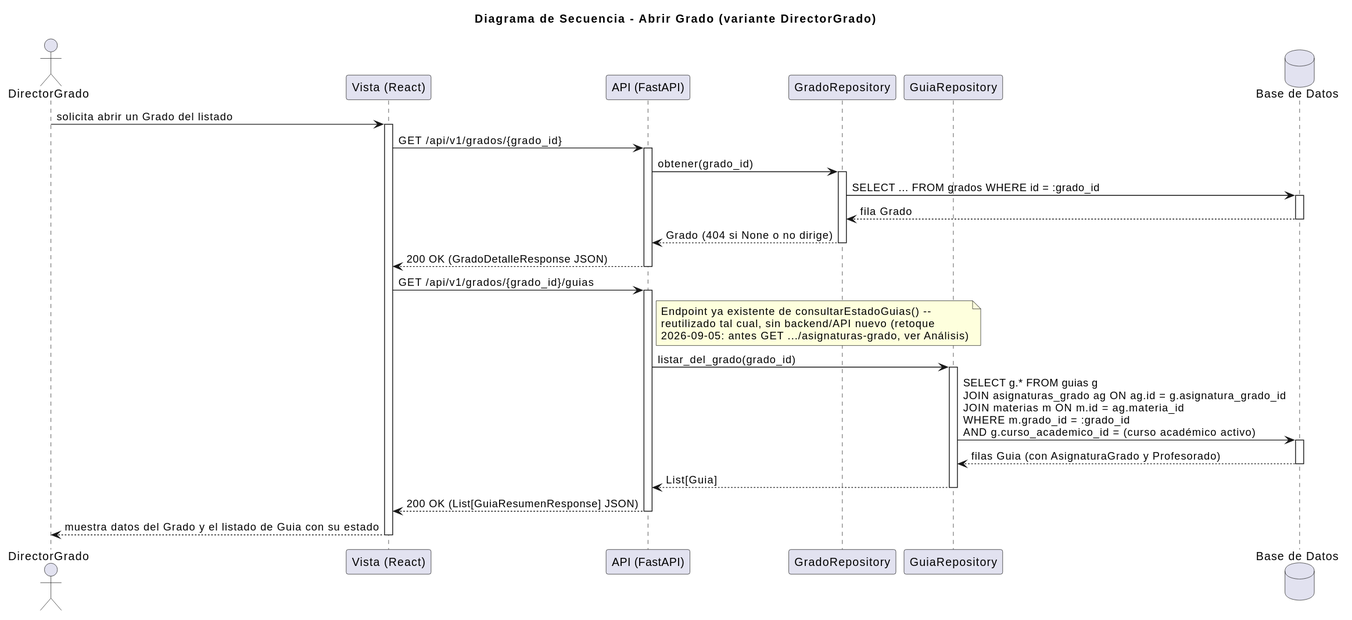
The PlantUML diagram images/RUP/03-diseño/casos-uso/abrirPrograma/secuencia.svg in mmasias/pyCeldaPublico, before a commit.
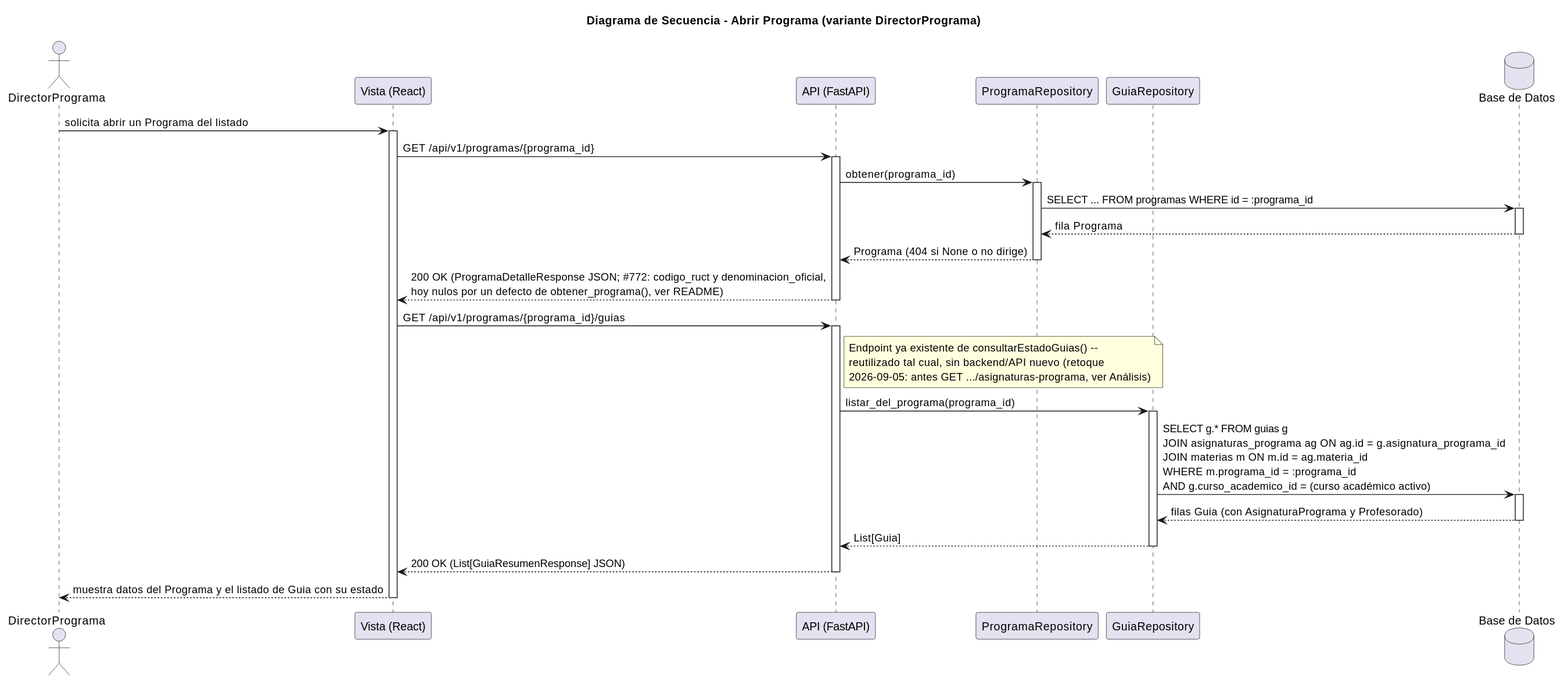
The same file after the commit.

Change to the diagram source:
```diff
@@ -1,44 +1,44 @@
 @startuml
-title Diagrama de Secuencia - Abrir Grado (variante DirectorGrado)
+title Diagrama de Secuencia - Abrir Programa (variante DirectorPrograma)
 
-actor "DirectorGrado" as DirectorGrado
+actor "DirectorPrograma" as DirectorPrograma
 participant "Vista (React)" as Vista
 participant "API (FastAPI)" as API
-participant "GradoRepository" as GradoRepo
+participant "ProgramaRepository" as ProgramaRepo
 participant "GuiaRepository" as GuiaRepo
 database "Base de Datos" as DB
 
-DirectorGrado -> Vista: solicita abrir un Grado del listado
+DirectorPrograma -> Vista: solicita abrir un Programa del listado
 activate Vista
-Vista -> API: GET /api/v1/grados/{grado_id}
+Vista -> API: GET /api/v1/programas/{programa_id}
 activate API
 
-API -> GradoRepo: obtener(grado_id)
-activate GradoRepo
-GradoRepo -> DB: SELECT ... FROM grados WHERE id = :grado_id
+API -> ProgramaRepo: obtener(programa_id)
+activate ProgramaRepo
+ProgramaRepo -> DB: SELECT ... FROM programas WHERE id = :programa_id
 activate DB
-DB --> GradoRepo: fila Grado
+DB --> ProgramaRepo: fila Programa
 deactivate DB
-GradoRepo --> API: Grado (404 si None o no dirige)
-deactivate GradoRepo
+ProgramaRepo --> API: Programa (404 si None o no dirige)
+deactivate ProgramaRepo
 
-API --> Vista: 200 OK (GradoDetalleResponse JSON)
+API --> Vista: 200 OK (ProgramaDetalleResponse JSON; #772: codigo_ruct y denominacion_oficial,\nhoy nulos por un defecto de obtener_programa(), ver README)
 deactivate API
 
-Vista -> API: GET /api/v1/grados/{grado_id}/guias
+Vista -> API: GET /api/v1/programas/{programa_id}/guias
 activate API
-note right of API: Endpoint ya existente de consultarEstadoGuias() --\nreutilizado tal cual, sin backend/API nuevo (retoque\n2026-09-05: antes GET .../asignaturas-grado, ver Análisis)
-API -> GuiaRepo: listar_del_grado(grado_id)
+note right of API: Endpoint ya existente de consultarEstadoGuias() --\nreutilizado tal cual, sin backend/API nuevo (retoque\n2026-09-05: antes GET .../asignaturas-programa, ver Análisis)
+API -> GuiaRepo: listar_del_programa(programa_id)
 activate GuiaRepo
-GuiaRepo -> DB: SELECT g.* FROM guias g\nJOIN asignaturas_grado ag ON ag.id = g.asignatura_grado_id\nJOIN materias m ON m.id = ag.materia_id\nWHERE m.grado_id = :grado_id\nAND g.curso_academico_id = (curso académico activo)
+GuiaRepo -> DB: SELECT g.* FROM guias g\nJOIN asignaturas_programa ag ON ag.id = g.asignatura_programa_id\nJOIN materias m ON m.id = ag.materia_id\nWHERE m.programa_id = :programa_id\nAND g.curso_academico_id = (curso académico activo)
 activate DB
-DB --> GuiaRepo: filas Guia (con AsignaturaGrado y Profesorado)
+DB --> GuiaRepo: filas Guia (con AsignaturaPrograma y Profesorado)
 deactivate DB
 GuiaRepo --> API: List[Guia]
 deactivate GuiaRepo
 
 API --> Vista: 200 OK (List[GuiaResumenResponse] JSON)
 deactivate API
-Vista --> DirectorGrado: muestra datos del Grado y el listado de Guia con su estado
+Vista --> DirectorPrograma: muestra datos del Programa y el listado de Guia con su estado
 deactivate Vista
 @enduml
```
